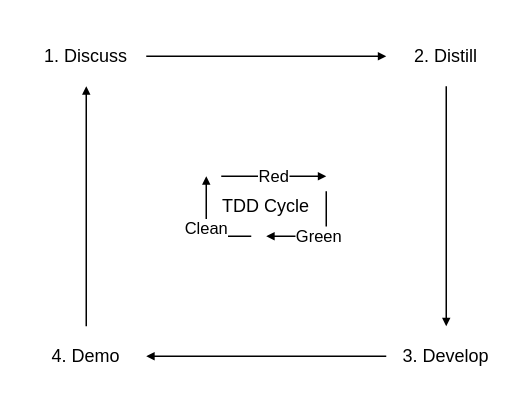
Before: book/images/agile-ATDD.drawio in PM-League/PM-League.github.io, a draw.io diagram. Source tidied: cells renumbered, new cells numbered last; positions are measured from the earlier drawing's top-left corner, leaving out a move shared by most shapes. Both pictures are drawn from the tidied source at 150%, with x=0, y=0 at pixel (26, 26).
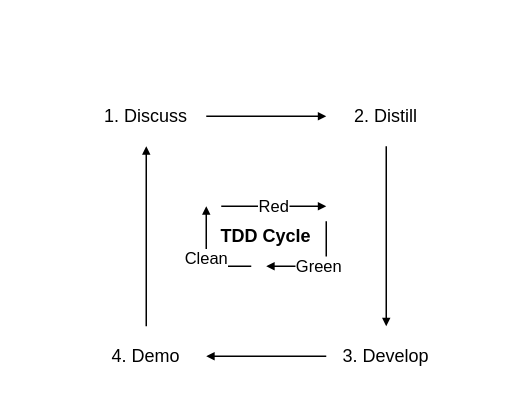
The same page after the edit.

What changed in the source:
```diff
@@
 <mxGraphModel background="#FFFFFF">
   <root>
     <mxCell id="0" />
     <mxCell id="1" parent="0" />
     <mxCell id="2" style="edgeStyle=none;html=1;exitX=1;exitY=0.5;exitDx=0;exitDy=0;entryX=0;entryY=0.5;entryDx=0;entryDy=0;endArrow=block;endFill=1;startSize=3;endSize=3;" parent="1" edge="1" source="3" target="5">
       <mxGeometry relative="1" as="geometry" />
     </mxCell>
     <mxCell id="3" value="1. Discuss" style="rounded=0;whiteSpace=wrap;html=1;strokeColor=none;fillColor=none;" parent="1" vertex="1">
-      <mxGeometry width="80" height="40" as="geometry" />
+      <mxGeometry x="40" y="40" width="80" height="40" as="geometry" />
     </mxCell>
     <mxCell id="4" style="edgeStyle=none;html=1;exitX=0.5;exitY=1;exitDx=0;exitDy=0;entryX=0.5;entryY=0;entryDx=0;entryDy=0;endArrow=block;endFill=1;startSize=3;endSize=3;" parent="1" edge="1" source="5" target="7">
       <mxGeometry relative="1" as="geometry" />
     </mxCell>
     <mxCell id="5" value="2. Distill" style="rounded=0;whiteSpace=wrap;html=1;strokeColor=none;fillColor=none;" parent="1" vertex="1">
-      <mxGeometry x="240" width="80" height="40" as="geometry" />
+      <mxGeometry x="200" y="40" width="80" height="40" as="geometry" />
     </mxCell>
     <mxCell id="6" style="edgeStyle=none;html=1;exitX=0;exitY=0.5;exitDx=0;exitDy=0;entryX=1;entryY=0.5;entryDx=0;entryDy=0;endArrow=block;endFill=1;startSize=3;endSize=3;" parent="1" edge="1" source="7" target="9">
       <mxGeometry relative="1" as="geometry" />
     </mxCell>
     <mxCell id="7" value="3. Develop" style="rounded=0;whiteSpace=wrap;html=1;strokeColor=none;fillColor=none;" parent="1" vertex="1">
-      <mxGeometry x="240" y="200" width="80" height="40" as="geometry" />
+      <mxGeometry x="200" y="200" width="80" height="40" as="geometry" />
     </mxCell>
     <mxCell id="8" style="edgeStyle=none;html=1;exitX=0.5;exitY=0;exitDx=0;exitDy=0;entryX=0.5;entryY=1;entryDx=0;entryDy=0;endArrow=block;endFill=1;startSize=3;endSize=3;" parent="1" edge="1" source="9" target="3">
       <mxGeometry relative="1" as="geometry" />
     </mxCell>
     <mxCell id="9" value="4. Demo" style="rounded=0;whiteSpace=wrap;html=1;strokeColor=none;fillColor=none;" parent="1" vertex="1">
-      <mxGeometry y="200" width="80" height="40" as="geometry" />
+      <mxGeometry x="40" y="200" width="80" height="40" as="geometry" />
     </mxCell>
+    <mxCell id="14" style="group;" parent="1" vertex="1">
+      <mxGeometry x="120" y="120" width="80" height="40" as="geometry" />
+    </mxCell>
-    <mxCell id="10" value="TDD Cycle" style="rounded=0;whiteSpace=wrap;html=1;strokeColor=none;fillColor=none;" parent="1" vertex="1">
-      <mxGeometry x="120" y="100" width="80" height="40" as="geometry" />
+    <mxCell id="10" value="&lt;b&gt;TDD Cycle&lt;/b&gt;" style="rounded=0;whiteSpace=wrap;html=1;strokeColor=none;fillColor=none;" parent="14" vertex="1">
+      <mxGeometry width="80" height="40" as="geometry" />
     </mxCell>
-    <mxCell id="11" value="Red" style="endArrow=block;html=1;startSize=3;endSize=3;entryX=1;entryY=0;entryDx=0;entryDy=0;endFill=1;" parent="1" edge="1" target="10">
+    <mxCell id="11" value="Red" style="endArrow=block;html=1;startSize=3;endSize=3;entryX=1;entryY=0;entryDx=0;entryDy=0;endFill=1;" parent="14" edge="1" target="10">
       <mxGeometry relative="1" as="geometry">
-        <mxPoint x="130" y="100" as="sourcePoint" />
+        <mxPoint x="10" as="sourcePoint" />
       </mxGeometry>
     </mxCell>
-    <mxCell id="12" value="Green" style="endArrow=block;html=1;startSize=3;endSize=3;exitX=1;exitY=0.25;exitDx=0;exitDy=0;endFill=1;entryX=0.5;entryY=1;entryDx=0;entryDy=0;rounded=0;" parent="1" edge="1" source="10" target="10">
+    <mxCell id="12" value="Green" style="endArrow=block;html=1;startSize=3;endSize=3;exitX=1;exitY=0.25;exitDx=0;exitDy=0;endFill=1;entryX=0.5;entryY=1;entryDx=0;entryDy=0;rounded=0;" parent="14" edge="1" source="10" target="10">
       <mxGeometry relative="1" as="geometry">
         <Array as="points">
-          <mxPoint x="200" y="140" />
+          <mxPoint x="80" y="40" />
         </Array>
       </mxGeometry>
     </mxCell>
-    <mxCell id="13" value="Clean" style="endArrow=block;html=1;startSize=3;endSize=3;entryX=0;entryY=0;entryDx=0;entryDy=0;endFill=1;rounded=0;" parent="1" edge="1" target="10">
+    <mxCell id="13" value="Clean" style="endArrow=block;html=1;startSize=3;endSize=3;entryX=0;entryY=0;entryDx=0;entryDy=0;endFill=1;rounded=0;" parent="14" edge="1" target="10">
       <mxGeometry relative="1" as="geometry">
-        <mxPoint x="150" y="140" as="sourcePoint" />
+        <mxPoint x="30" y="40" as="sourcePoint" />
         <Array as="points">
-          <mxPoint x="120" y="140" />
+          <mxPoint y="40" />
         </Array>
       </mxGeometry>
     </mxCell>
   </root>
 </mxGraphModel>
```
